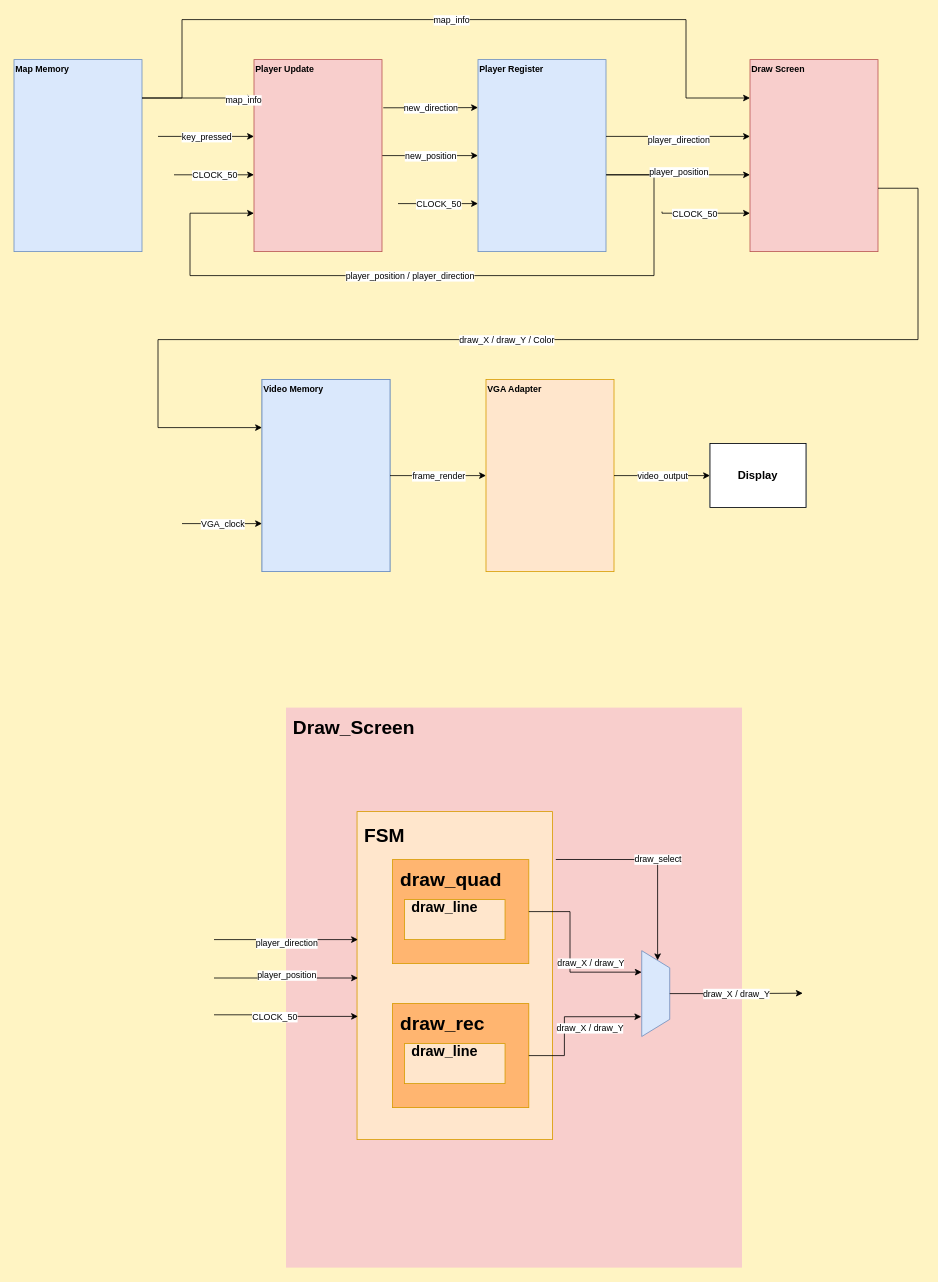
The draw.io diagram doc/TopLevelDiagram.drawio in dphhs/Wayout-1982-_FGPA, before the edit. Source tidied: cells renumbered, new cells numbered last; positions are measured from the earlier drawing's top-left corner, leaving out a move shared by most shapes. Both pictures are drawn from the tidied source at 80%, with x=0, y=0 at pixel (14, 19).
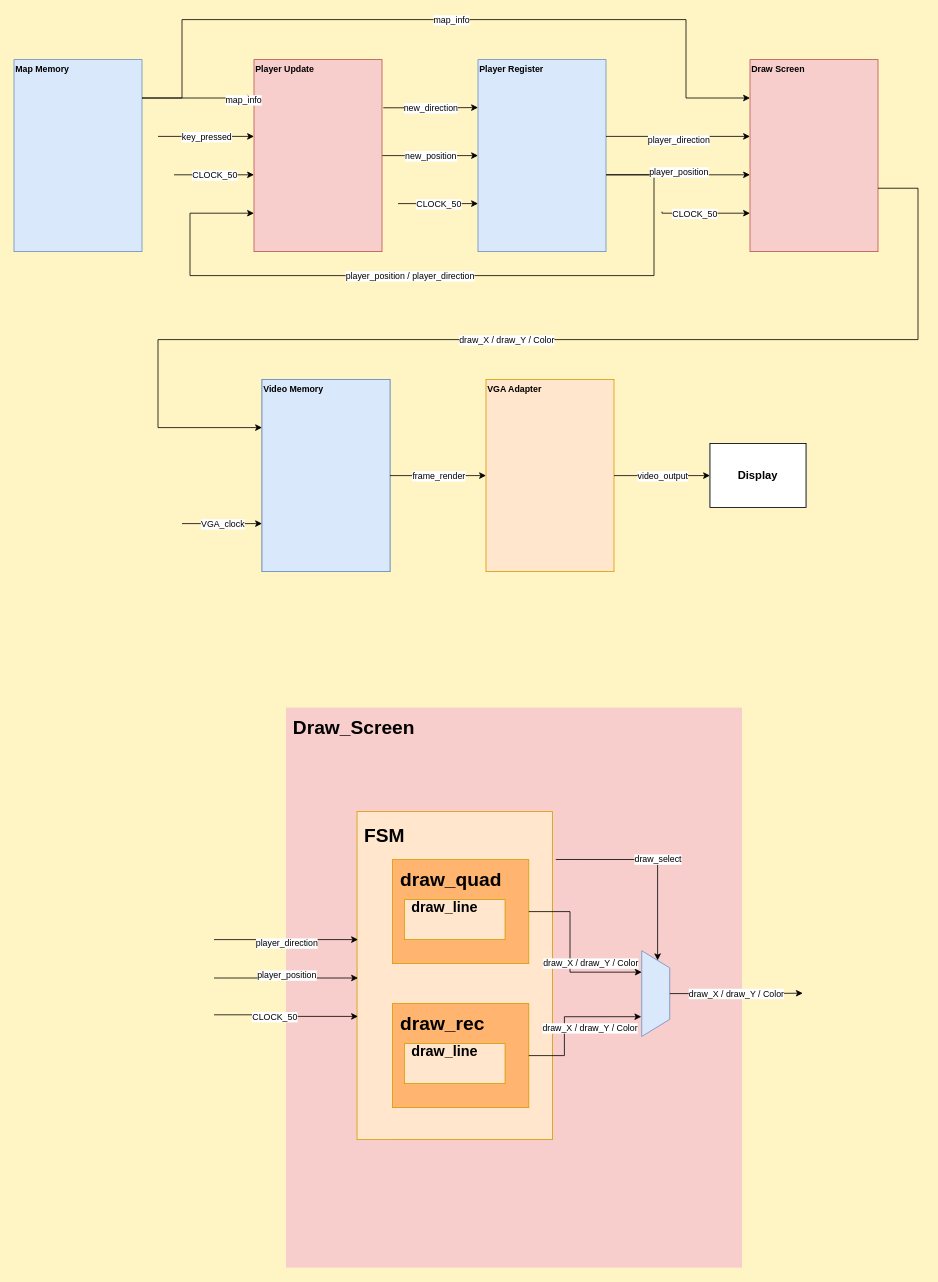
After the change.

Unchanged cells that the change refers to:
```xml
<mxCell id="71" style="endArrow=classic;html=1;rounded=0;edgeStyle=orthogonalEdgeStyle;entryX=0.25;entryY=1;entryDx=0;entryDy=0;exitX=1;exitY=0.5;exitDx=0;exitDy=0;exitPerimeter=0;entryPerimeter=0;" parent="53" edge="1" source="60" target="55">
  <mxGeometry relative="1" as="geometry">
    <Array as="points">
      <mxPoint x="355" y="255" />
      <mxPoint x="355" y="331" />
    </Array>
  </mxGeometry>
</mxCell>
<mxCell id="73" style="endArrow=classic;html=1;rounded=0;edgeStyle=orthogonalEdgeStyle;entryX=0.769;entryY=1.015;entryDx=0;entryDy=0;exitX=1;exitY=0.5;exitDx=0;exitDy=0;exitPerimeter=0;entryPerimeter=0;" parent="53" edge="1" source="66" target="55">
  <mxGeometry relative="1" as="geometry">
    <Array as="points">
      <mxPoint x="348" y="435" />
      <mxPoint x="348" y="386" />
    </Array>
  </mxGeometry>
</mxCell>
<mxCell id="79" style="endArrow=classic;html=1;rounded=0;edgeStyle=orthogonalEdgeStyle;exitX=0.5;exitY=0;exitDx=0;exitDy=0;exitPerimeter=0;" parent="53" edge="1" source="55">
  <mxGeometry relative="1" as="geometry">
    <mxPoint x="646" y="357" as="targetPoint" />
    <Array as="points">
      <mxPoint x="555.8" y="357" />
      <mxPoint x="646" y="357" />
    </Array>
  </mxGeometry>
</mxCell>
```

What changed in the source:
```diff
@@
-    <mxCell id="72" value="draw_X / draw_Y" style="edgeLabel;html=1;align=center;verticalAlign=middle;" parent="71" vertex="1">
+    <mxCell id="72" value="draw_X / draw_Y / Color" style="edgeLabel;html=1;align=center;verticalAlign=middle;" parent="71" vertex="1">
       <mxGeometry relative="1" as="geometry">
         <mxPoint x="25" y="8" as="offset" />
       </mxGeometry>
     </mxCell>
@@
-    <mxCell id="74" value="draw_X / draw_Y" style="edgeLabel;html=1;align=center;verticalAlign=middle;" parent="73" vertex="1">
+    <mxCell id="74" value="draw_X / draw_Y / Color" style="edgeLabel;html=1;align=center;verticalAlign=middle;" parent="73" vertex="1">
       <mxGeometry relative="1" as="geometry">
         <mxPoint x="30" y="14" as="offset" />
       </mxGeometry>
     </mxCell>
@@
-    <mxCell id="80" value="draw_X / draw_Y" style="edgeLabel;html=1;align=center;verticalAlign=middle;" parent="79" vertex="1">
+    <mxCell id="80" value="draw_X / draw_Y / Color" style="edgeLabel;html=1;align=center;verticalAlign=middle;" parent="79" vertex="1">
       <mxGeometry relative="1" as="geometry" />
     </mxCell>
```
